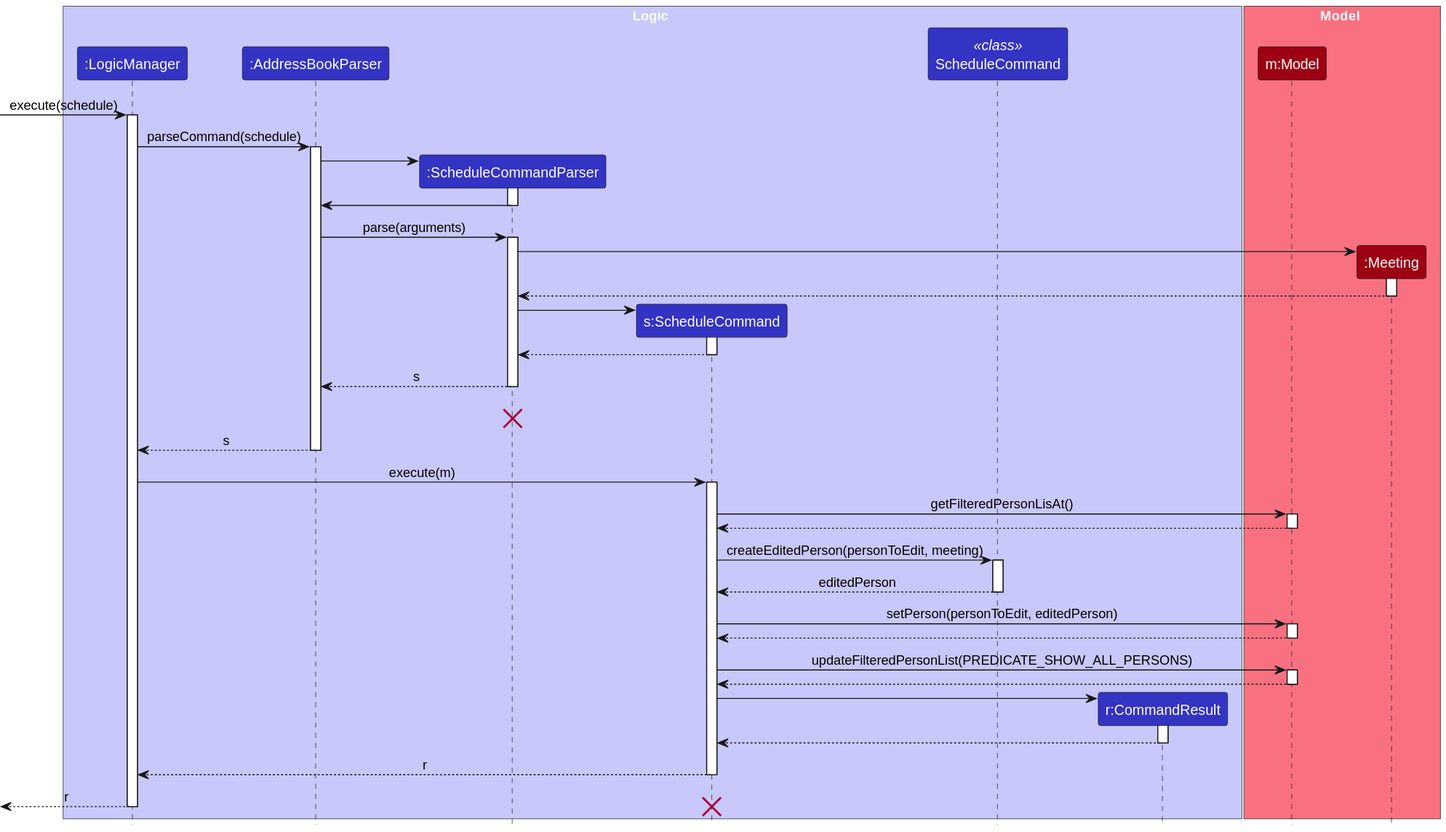
The PlantUML diagram docs/images/ScheduleMeetingSequenceDiagram.svg in AY2324S2-CS2103-F15-1/tp, before a commit.
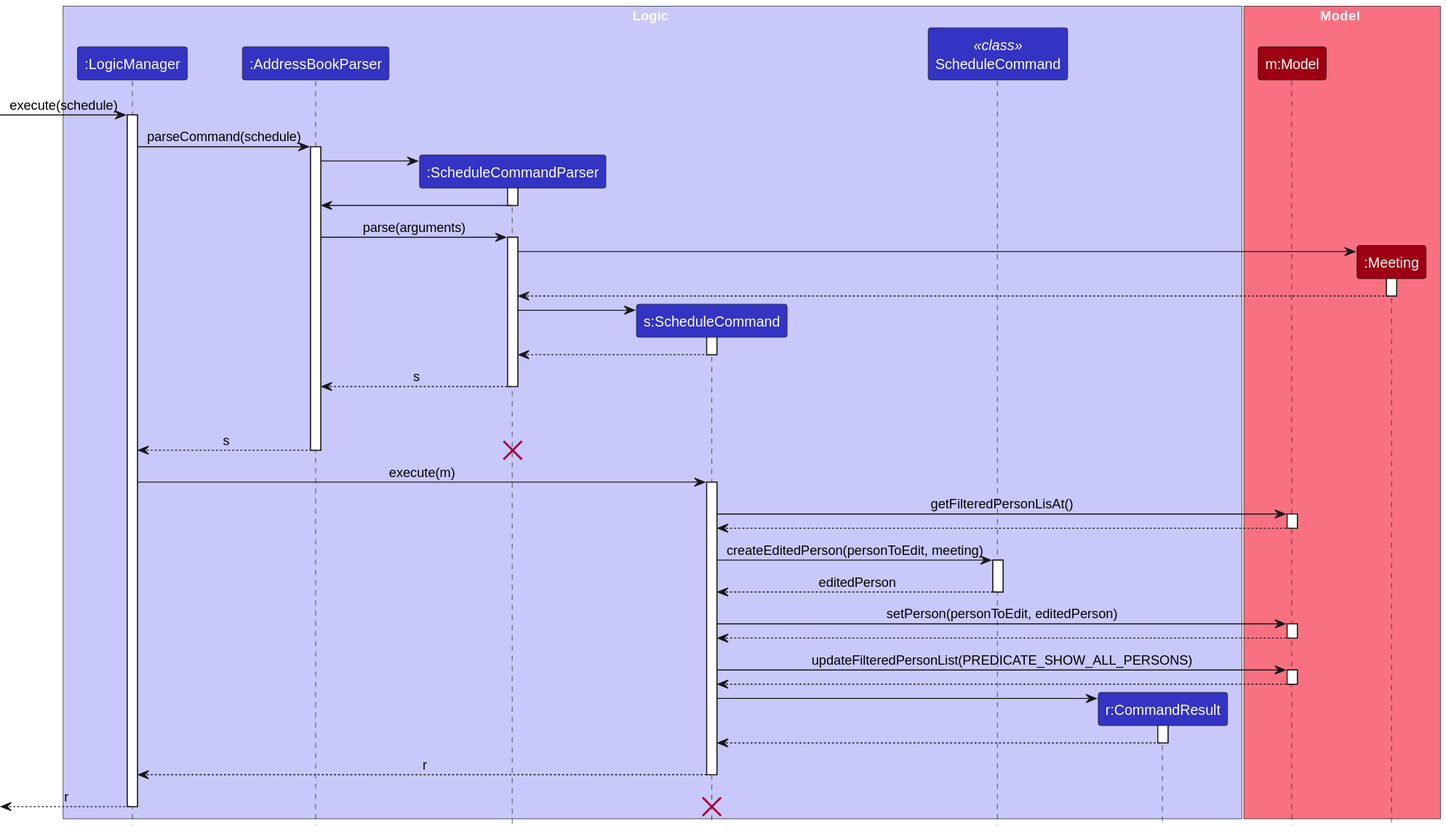
Later version of the same file.

The edit, as a diff of the source:
```diff
@@ -49,10 +49,10 @@
 ScheduleCommandParser --> AddressBookParser : s
 deactivate ScheduleCommandParser
 ScheduleCommandParser -[hidden]-> AddressBookParser : s
-destroy ScheduleCommandParser
 
 AddressBookParser --> LogicManager : s
 deactivate AddressBookParser
+destroy ScheduleCommandParser
 
 LogicManager -> ScheduleCommand : execute(m)
 activate ScheduleCommand
```
